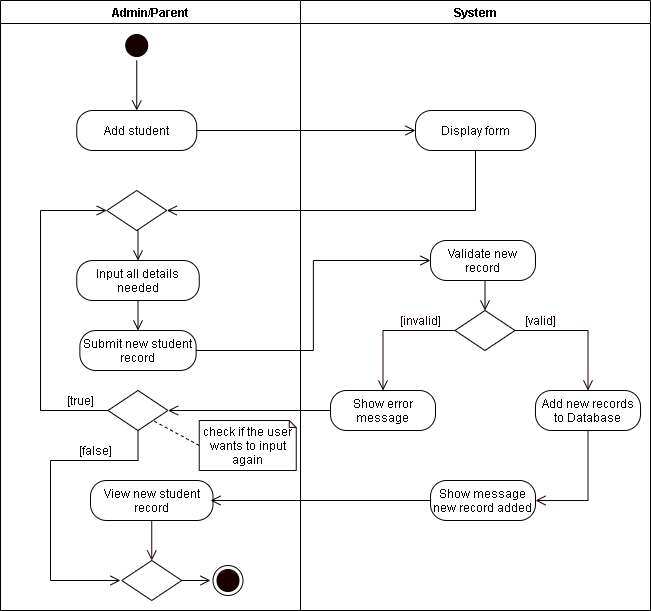
Earlier version of the draw.io export REVISIONS/UML-DIAGRAMS/6-9-2021/ACTIVITY DIAGRAM/1 - Add Student.png (mrklglsn/CAPSTONE-FILES). Source tidied: cells renumbered, new cells last; positions are measured from the earlier drawing's top-left corner, leaving out a move shared by most shapes. Its diagram source:
```xml
<mxGraphModel>
  <root>
    <mxCell id="0" />
    <mxCell id="1" parent="0" />
    <mxCell id="2" value="Admin/Parent" style="swimlane;startSize=23;" parent="1" vertex="1">
      <mxGeometry width="300" height="610" as="geometry" />
    </mxCell>
    <mxCell id="3" style="edgeStyle=orthogonalEdgeStyle;rounded=0;jettySize=auto;html=1;exitX=0.5;exitY=1;exitDx=0;exitDy=0;entryX=0.5;entryY=0;entryDx=0;entryDy=0;endArrow=open;endFill=0;endSize=8;" parent="2" edge="1" source="4">
      <mxGeometry relative="1" as="geometry">
        <mxPoint x="136.2" y="110" as="targetPoint" />
      </mxGeometry>
    </mxCell>
    <mxCell id="4" style="ellipse;html=1;shape=startState;fillColor=#190000;" parent="2" vertex="1">
      <mxGeometry x="121.2" y="30" width="30" height="30" as="geometry" />
    </mxCell>
    <mxCell id="5" value="Add student" style="rounded=1;whiteSpace=wrap;html=1;arcSize=40;" parent="2" vertex="1">
      <mxGeometry x="76.2" y="110" width="120" height="40" as="geometry" />
    </mxCell>
    <mxCell id="6" style="edgeStyle=orthogonalEdgeStyle;rounded=0;jettySize=auto;html=1;exitX=0.5;exitY=1;exitDx=0;exitDy=0;entryX=0.5;entryY=0;entryDx=0;entryDy=0;endArrow=open;endFill=0;endSize=8;" parent="2" edge="1" source="7" target="8">
      <mxGeometry relative="1" as="geometry" />
    </mxCell>
    <mxCell id="7" value="Input all details needed" style="rounded=1;whiteSpace=wrap;html=1;arcSize=40;" parent="2" vertex="1">
      <mxGeometry x="76.2" y="260" width="122.5" height="40" as="geometry" />
    </mxCell>
    <mxCell id="8" value="Submit new student record" style="rounded=1;whiteSpace=wrap;html=1;arcSize=40;" parent="2" vertex="1">
      <mxGeometry x="79.4" y="330" width="116.2" height="40" as="geometry" />
    </mxCell>
    <mxCell id="9" style="edgeStyle=orthogonalEdgeStyle;rounded=0;jettySize=auto;html=1;exitX=0.5;exitY=1;exitDx=0;exitDy=0;entryX=0.5;entryY=0;entryDx=0;entryDy=0;endArrow=open;endFill=0;endSize=8;" parent="2" edge="1" source="10" target="7">
      <mxGeometry relative="1" as="geometry" />
    </mxCell>
    <mxCell id="10" style="rhombus;whiteSpace=wrap;html=1;" parent="2" vertex="1">
      <mxGeometry x="106.2" y="190" width="60" height="40" as="geometry" />
    </mxCell>
    <mxCell id="11" value="View new student record" style="rounded=1;whiteSpace=wrap;html=1;arcSize=40;" parent="2" vertex="1">
      <mxGeometry x="90" y="480" width="122.5" height="40" as="geometry" />
    </mxCell>
    <mxCell id="12" style="ellipse;html=1;shape=endState;fillColor=#190000;" parent="2" vertex="1">
      <mxGeometry x="212.5" y="565" width="30" height="30" as="geometry" />
    </mxCell>
    <mxCell id="13" style="edgeStyle=orthogonalEdgeStyle;rounded=0;jettySize=auto;html=1;exitX=0.5;exitY=1;exitDx=0;exitDy=0;fontColor=#FFFFFF;endArrow=open;endFill=0;endSize=8;strokeColor=#190000;entryX=0.5;entryY=0;entryDx=0;entryDy=0;" parent="2" edge="1" source="11">
      <mxGeometry relative="1" as="geometry">
        <mxPoint x="151.2" y="560" as="targetPoint" />
      </mxGeometry>
    </mxCell>
    <mxCell id="14" style="edgeStyle=orthogonalEdgeStyle;rounded=0;jettySize=auto;html=1;exitX=0;exitY=0.5;exitDx=0;exitDy=0;entryX=0;entryY=0.5;entryDx=0;entryDy=0;endArrow=open;endFill=0;endSize=8;" parent="2" edge="1" source="16" target="10">
      <mxGeometry relative="1" as="geometry">
        <Array as="points">
          <mxPoint x="40" y="410" />
          <mxPoint x="40" y="210" />
        </Array>
      </mxGeometry>
    </mxCell>
    <mxCell id="15" style="edgeStyle=orthogonalEdgeStyle;rounded=0;jettySize=auto;html=1;exitX=0.5;exitY=1;exitDx=0;exitDy=0;endArrow=open;endFill=0;endSize=8;startArrow=none;" parent="2" edge="1" source="16">
      <mxGeometry relative="1" as="geometry">
        <mxPoint x="120" y="580" as="targetPoint" />
        <Array as="points">
          <mxPoint x="138" y="460" />
          <mxPoint x="50" y="460" />
          <mxPoint x="50" y="580" />
        </Array>
      </mxGeometry>
    </mxCell>
    <mxCell id="16" style="rhombus;whiteSpace=wrap;html=1;" parent="2" vertex="1">
      <mxGeometry x="107.5" y="390" width="60" height="40" as="geometry" />
    </mxCell>
    <mxCell id="17" value="[true]" style="text;html=1;align=center;verticalAlign=middle;strokeColor=none;" parent="2" vertex="1">
      <mxGeometry x="60" y="390" width="40" height="20" as="geometry" />
    </mxCell>
    <mxCell id="18" style="rhombus;whiteSpace=wrap;html=1;" parent="2" vertex="1">
      <mxGeometry x="121.2" y="560" width="60" height="40" as="geometry" />
    </mxCell>
    <mxCell id="19" style="rounded=0;jettySize=auto;html=1;exitX=0;exitY=0.5;exitDx=0;exitDy=0;exitPerimeter=0;entryX=1;entryY=1;entryDx=0;entryDy=0;endArrow=none;endFill=0;endSize=8;dashed=1;" parent="2" edge="1" source="20" target="16">
      <mxGeometry relative="1" as="geometry" />
    </mxCell>
    <mxCell id="20" value="check if the user wants to input again" style="shape=note;whiteSpace=wrap;html=1;backgroundOutline=1;darkOpacity=0.05;strokeColor=#190000;size=7;" parent="2" vertex="1">
      <mxGeometry x="198.8" y="420" width="97" height="50" as="geometry" />
    </mxCell>
    <mxCell id="21" value="System" style="swimlane;" parent="1" vertex="1">
      <mxGeometry x="300" width="350" height="610" as="geometry" />
    </mxCell>
    <mxCell id="22" value="Validate new record" style="rounded=1;whiteSpace=wrap;html=1;arcSize=40;" parent="21" vertex="1">
      <mxGeometry x="130" y="240" width="105" height="40" as="geometry" />
    </mxCell>
    <mxCell id="23" style="rhombus;whiteSpace=wrap;html=1;" parent="21" vertex="1">
      <mxGeometry x="154.5" y="310" width="60" height="40" as="geometry" />
    </mxCell>
    <mxCell id="24" style="edgeStyle=orthogonalEdgeStyle;rounded=0;jettySize=auto;html=1;exitX=0.5;exitY=1;exitDx=0;exitDy=0;entryX=0.5;entryY=0;entryDx=0;entryDy=0;endArrow=open;endFill=0;endSize=8;" parent="21" edge="1" source="22" target="23">
      <mxGeometry relative="1" as="geometry" />
    </mxCell>
    <mxCell id="25" value="&lt;font color=&quot;#190000&quot;&gt;[valid]&lt;/font&gt;" style="text;html=1;align=center;verticalAlign=middle;strokeColor=none;fontColor=#FFFFFF;" parent="21" vertex="1">
      <mxGeometry x="214.5" y="310" width="50" height="20" as="geometry" />
    </mxCell>
    <mxCell id="26" value="&lt;font color=&quot;#190000&quot;&gt;[invalid]&lt;/font&gt;" style="text;html=1;align=center;verticalAlign=middle;strokeColor=none;fontColor=#FFFFFF;" parent="21" vertex="1">
      <mxGeometry x="90" y="310" width="60" height="20" as="geometry" />
    </mxCell>
    <mxCell id="27" value="Show error message" style="rounded=1;whiteSpace=wrap;html=1;arcSize=40;" parent="21" vertex="1">
      <mxGeometry x="30" y="390" width="105" height="40" as="geometry" />
    </mxCell>
    <mxCell id="28" style="edgeStyle=orthogonalEdgeStyle;rounded=0;jettySize=auto;html=1;exitX=0.5;exitY=1;exitDx=0;exitDy=0;entryX=1;entryY=0.5;entryDx=0;entryDy=0;fontColor=#FFFFFF;endArrow=open;endFill=0;endSize=8;strokeColor=#190000;" parent="21" edge="1" source="29" target="32">
      <mxGeometry relative="1" as="geometry" />
    </mxCell>
    <mxCell id="29" value="Add new records to Database" style="rounded=1;whiteSpace=wrap;html=1;arcSize=40;" parent="21" vertex="1">
      <mxGeometry x="235" y="390" width="105" height="40" as="geometry" />
    </mxCell>
    <mxCell id="30" style="edgeStyle=orthogonalEdgeStyle;rounded=0;jettySize=auto;html=1;exitX=0;exitY=0.5;exitDx=0;exitDy=0;fontColor=#FFFFFF;endArrow=open;endFill=0;endSize=8;strokeColor=#190000;entryX=0.5;entryY=0;entryDx=0;entryDy=0;" parent="21" edge="1" source="23" target="27">
      <mxGeometry relative="1" as="geometry" />
    </mxCell>
    <mxCell id="31" style="edgeStyle=orthogonalEdgeStyle;rounded=0;jettySize=auto;html=1;exitX=1;exitY=0.5;exitDx=0;exitDy=0;fontColor=#FFFFFF;endArrow=open;endFill=0;endSize=8;strokeColor=#190000;entryX=0.5;entryY=0;entryDx=0;entryDy=0;" parent="21" edge="1" source="23" target="29">
      <mxGeometry relative="1" as="geometry" />
    </mxCell>
    <mxCell id="32" value="Show message new record added" style="rounded=1;whiteSpace=wrap;html=1;arcSize=40;" parent="21" vertex="1">
      <mxGeometry x="130" y="480" width="105" height="40" as="geometry" />
    </mxCell>
    <mxCell id="33" value="Display form" style="rounded=1;whiteSpace=wrap;html=1;arcSize=40;" parent="21" vertex="1">
      <mxGeometry x="115" y="110" width="120" height="40" as="geometry" />
    </mxCell>
    <mxCell id="34" style="edgeStyle=orthogonalEdgeStyle;rounded=0;jettySize=auto;html=1;exitX=1;exitY=0.5;exitDx=0;exitDy=0;endArrow=open;endFill=0;endSize=8;entryX=0;entryY=0.5;entryDx=0;entryDy=0;" parent="1" edge="1" source="5" target="33">
      <mxGeometry relative="1" as="geometry" />
    </mxCell>
    <mxCell id="35" style="edgeStyle=orthogonalEdgeStyle;rounded=0;jettySize=auto;html=1;exitX=0.5;exitY=1;exitDx=0;exitDy=0;endArrow=open;endFill=0;endSize=8;entryX=1;entryY=0.5;entryDx=0;entryDy=0;" parent="1" edge="1" source="33" target="10">
      <mxGeometry relative="1" as="geometry" />
    </mxCell>
    <mxCell id="36" style="edgeStyle=orthogonalEdgeStyle;rounded=0;jettySize=auto;html=1;exitX=1;exitY=0.5;exitDx=0;exitDy=0;entryX=0;entryY=0.5;entryDx=0;entryDy=0;endArrow=open;endFill=0;endSize=8;" parent="1" edge="1" source="8" target="22">
      <mxGeometry relative="1" as="geometry" />
    </mxCell>
    <mxCell id="37" style="edgeStyle=orthogonalEdgeStyle;rounded=0;jettySize=auto;html=1;exitX=0;exitY=0.5;exitDx=0;exitDy=0;endArrow=open;endFill=0;endSize=8;" parent="1" edge="1" source="32">
      <mxGeometry relative="1" as="geometry">
        <mxPoint x="210" y="500" as="targetPoint" />
      </mxGeometry>
    </mxCell>
    <mxCell id="38" style="edgeStyle=orthogonalEdgeStyle;rounded=0;jettySize=auto;html=1;exitX=0;exitY=0.5;exitDx=0;exitDy=0;entryX=1;entryY=0.5;entryDx=0;entryDy=0;endArrow=open;endFill=0;endSize=8;" parent="1" edge="1" source="27" target="16">
      <mxGeometry relative="1" as="geometry" />
    </mxCell>
    <mxCell id="39" value="[false]" style="text;html=1;align=center;verticalAlign=middle;strokeColor=none;" parent="1" vertex="1">
      <mxGeometry x="70" y="440" width="50" height="20" as="geometry" />
    </mxCell>
    <mxCell id="40" style="edgeStyle=orthogonalEdgeStyle;rounded=0;jettySize=auto;html=1;exitX=1;exitY=0.5;exitDx=0;exitDy=0;endArrow=open;endFill=0;endSize=8;" parent="1" edge="1" source="18">
      <mxGeometry relative="1" as="geometry">
        <mxPoint x="210" y="580.1" as="targetPoint" />
      </mxGeometry>
    </mxCell>
  </root>
</mxGraphModel>
```
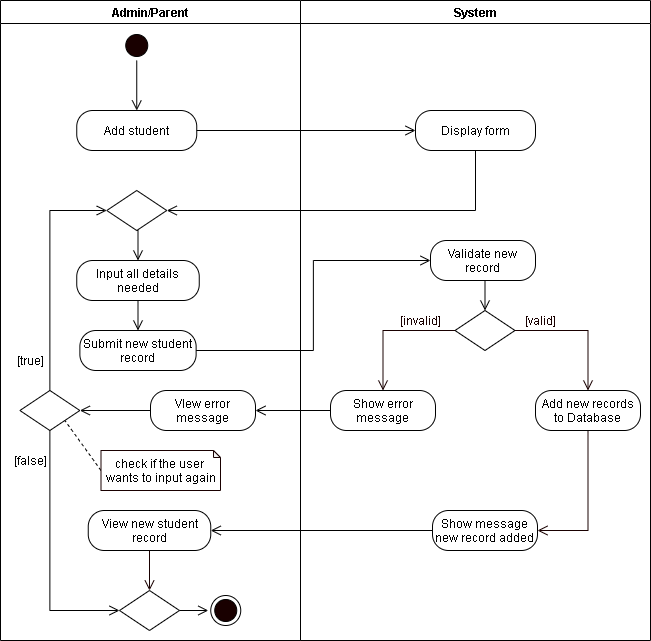
After the change.

What changed in the source:
```diff
@@ -3,7 +3,7 @@
     <mxCell id="0" />
     <mxCell id="1" parent="0" />
     <mxCell id="2" value="Admin/Parent" style="swimlane;startSize=23;" parent="1" vertex="1">
-      <mxGeometry width="300" height="610" as="geometry" />
+      <mxGeometry width="300" height="640" as="geometry" />
     </mxCell>
     <mxCell id="3" style="edgeStyle=orthogonalEdgeStyle;rounded=0;jettySize=auto;html=1;exitX=0.5;exitY=1;exitDx=0;exitDy=0;entryX=0.5;entryY=0;entryDx=0;entryDy=0;endArrow=open;endFill=0;endSize=8;" parent="2" edge="1" source="4">
       <mxGeometry relative="1" as="geometry">
@@ -32,51 +32,48 @@
       <mxGeometry x="106.2" y="190" width="60" height="40" as="geometry" />
     </mxCell>
     <mxCell id="11" value="View new student record" style="rounded=1;whiteSpace=wrap;html=1;arcSize=40;" parent="2" vertex="1">
-      <mxGeometry x="90" y="480" width="122.5" height="40" as="geometry" />
+      <mxGeometry x="87.8" y="510" width="122.5" height="40" as="geometry" />
     </mxCell>
     <mxCell id="12" style="ellipse;html=1;shape=endState;fillColor=#190000;" parent="2" vertex="1">
-      <mxGeometry x="212.5" y="565" width="30" height="30" as="geometry" />
+      <mxGeometry x="210.2" y="595" width="30" height="30" as="geometry" />
     </mxCell>
     <mxCell id="13" style="edgeStyle=orthogonalEdgeStyle;rounded=0;jettySize=auto;html=1;exitX=0.5;exitY=1;exitDx=0;exitDy=0;fontColor=#FFFFFF;endArrow=open;endFill=0;endSize=8;strokeColor=#190000;entryX=0.5;entryY=0;entryDx=0;entryDy=0;" parent="2" edge="1" source="11">
       <mxGeometry relative="1" as="geometry">
-        <mxPoint x="151.2" y="560" as="targetPoint" />
+        <mxPoint x="149" y="590" as="targetPoint" />
       </mxGeometry>
     </mxCell>
-    <mxCell id="14" style="edgeStyle=orthogonalEdgeStyle;rounded=0;jettySize=auto;html=1;exitX=0;exitY=0.5;exitDx=0;exitDy=0;entryX=0;entryY=0.5;entryDx=0;entryDy=0;endArrow=open;endFill=0;endSize=8;" parent="2" edge="1" source="16" target="10">
-      <mxGeometry relative="1" as="geometry">
-        <Array as="points">
-          <mxPoint x="40" y="410" />
-          <mxPoint x="40" y="210" />
-        </Array>
-      </mxGeometry>
+    <mxCell id="14" style="edgeStyle=orthogonalEdgeStyle;rounded=0;jettySize=auto;html=1;exitX=0.5;exitY=0;exitDx=0;exitDy=0;entryX=0;entryY=0.5;entryDx=0;entryDy=0;endArrow=open;endFill=0;endSize=8;" parent="2" edge="1" source="16" target="10">
+      <mxGeometry relative="1" as="geometry" />
     </mxCell>
-    <mxCell id="15" style="edgeStyle=orthogonalEdgeStyle;rounded=0;jettySize=auto;html=1;exitX=0.5;exitY=1;exitDx=0;exitDy=0;endArrow=open;endFill=0;endSize=8;startArrow=none;" parent="2" edge="1" source="16">
-      <mxGeometry relative="1" as="geometry">
-        <mxPoint x="120" y="580" as="targetPoint" />
-        <Array as="points">
-          <mxPoint x="138" y="460" />
-          <mxPoint x="50" y="460" />
-          <mxPoint x="50" y="580" />
-        </Array>
-      </mxGeometry>
-    </mxCell>
+    <mxCell id="41" style="edgeStyle=orthogonalEdgeStyle;rounded=0;jettySize=auto;html=1;exitX=0.5;exitY=1;exitDx=0;exitDy=0;entryX=0;entryY=0.5;entryDx=0;entryDy=0;endArrow=open;endFill=0;endSize=8;" parent="2" edge="1" source="16" target="18">
+      <mxGeometry relative="1" as="geometry" />
+    </mxCell>
     <mxCell id="16" style="rhombus;whiteSpace=wrap;html=1;" parent="2" vertex="1">
-      <mxGeometry x="107.5" y="390" width="60" height="40" as="geometry" />
+      <mxGeometry x="19.4" y="390" width="60" height="40" as="geometry" />
     </mxCell>
     <mxCell id="17" value="[true]" style="text;html=1;align=center;verticalAlign=middle;strokeColor=none;" parent="2" vertex="1">
-      <mxGeometry x="60" y="390" width="40" height="20" as="geometry" />
+      <mxGeometry x="10" y="350" width="40" height="20" as="geometry" />
     </mxCell>
     <mxCell id="18" style="rhombus;whiteSpace=wrap;html=1;" parent="2" vertex="1">
-      <mxGeometry x="121.2" y="560" width="60" height="40" as="geometry" />
+      <mxGeometry x="119" y="590" width="60" height="40" as="geometry" />
     </mxCell>
     <mxCell id="19" style="rounded=0;jettySize=auto;html=1;exitX=0;exitY=0.5;exitDx=0;exitDy=0;exitPerimeter=0;entryX=1;entryY=1;entryDx=0;entryDy=0;endArrow=none;endFill=0;endSize=8;dashed=1;" parent="2" edge="1" source="20" target="16">
       <mxGeometry relative="1" as="geometry" />
     </mxCell>
-    <mxCell id="20" value="check if the user wants to input again" style="shape=note;whiteSpace=wrap;html=1;backgroundOutline=1;darkOpacity=0.05;strokeColor=#190000;size=7;" parent="2" vertex="1">
-      <mxGeometry x="198.8" y="420" width="97" height="50" as="geometry" />
+    <mxCell id="20" value="check if the user &lt;br&gt;wants to input again" style="shape=note;whiteSpace=wrap;html=1;backgroundOutline=1;darkOpacity=0.05;strokeColor=#190000;size=7;" parent="2" vertex="1">
+      <mxGeometry x="100.5" y="450" width="119.5" height="40" as="geometry" />
     </mxCell>
+    <mxCell id="42" style="edgeStyle=orthogonalEdgeStyle;rounded=0;jettySize=auto;html=1;exitX=0;exitY=0.5;exitDx=0;exitDy=0;entryX=1;entryY=0.5;entryDx=0;entryDy=0;endArrow=open;endFill=0;endSize=8;" parent="2" edge="1" source="43" target="16">
+      <mxGeometry relative="1" as="geometry" />
+    </mxCell>
+    <mxCell id="43" value="VIew error message" style="rounded=1;whiteSpace=wrap;html=1;arcSize=40;" parent="2" vertex="1">
+      <mxGeometry x="150" y="390" width="105" height="40" as="geometry" />
+    </mxCell>
+    <mxCell id="39" value="[false]" style="text;html=1;align=center;verticalAlign=middle;strokeColor=none;" parent="2" vertex="1">
+      <mxGeometry x="5" y="450" width="50" height="20" as="geometry" />
+    </mxCell>
     <mxCell id="21" value="System" style="swimlane;" parent="1" vertex="1">
-      <mxGeometry x="300" width="350" height="610" as="geometry" />
+      <mxGeometry x="300" width="350" height="640" as="geometry" />
     </mxCell>
     <mxCell id="22" value="Validate new record" style="rounded=1;whiteSpace=wrap;html=1;arcSize=40;" parent="21" vertex="1">
       <mxGeometry x="130" y="240" width="105" height="40" as="geometry" />
@@ -109,7 +106,7 @@
       <mxGeometry relative="1" as="geometry" />
     </mxCell>
     <mxCell id="32" value="Show message new record added" style="rounded=1;whiteSpace=wrap;html=1;arcSize=40;" parent="21" vertex="1">
-      <mxGeometry x="130" y="480" width="105" height="40" as="geometry" />
+      <mxGeometry x="132" y="510" width="105" height="40" as="geometry" />
     </mxCell>
     <mxCell id="33" value="Display form" style="rounded=1;whiteSpace=wrap;html=1;arcSize=40;" parent="21" vertex="1">
       <mxGeometry x="115" y="110" width="120" height="40" as="geometry" />
@@ -123,21 +120,16 @@
     <mxCell id="36" style="edgeStyle=orthogonalEdgeStyle;rounded=0;jettySize=auto;html=1;exitX=1;exitY=0.5;exitDx=0;exitDy=0;entryX=0;entryY=0.5;entryDx=0;entryDy=0;endArrow=open;endFill=0;endSize=8;" parent="1" edge="1" source="8" target="22">
       <mxGeometry relative="1" as="geometry" />
     </mxCell>
-    <mxCell id="37" style="edgeStyle=orthogonalEdgeStyle;rounded=0;jettySize=auto;html=1;exitX=0;exitY=0.5;exitDx=0;exitDy=0;endArrow=open;endFill=0;endSize=8;" parent="1" edge="1" source="32">
-      <mxGeometry relative="1" as="geometry">
-        <mxPoint x="210" y="500" as="targetPoint" />
-      </mxGeometry>
-    </mxCell>
-    <mxCell id="38" style="edgeStyle=orthogonalEdgeStyle;rounded=0;jettySize=auto;html=1;exitX=0;exitY=0.5;exitDx=0;exitDy=0;entryX=1;entryY=0.5;entryDx=0;entryDy=0;endArrow=open;endFill=0;endSize=8;" parent="1" edge="1" source="27" target="16">
-      <mxGeometry relative="1" as="geometry" />
-    </mxCell>
-    <mxCell id="39" value="[false]" style="text;html=1;align=center;verticalAlign=middle;strokeColor=none;" parent="1" vertex="1">
-      <mxGeometry x="70" y="440" width="50" height="20" as="geometry" />
-    </mxCell>
     <mxCell id="40" style="edgeStyle=orthogonalEdgeStyle;rounded=0;jettySize=auto;html=1;exitX=1;exitY=0.5;exitDx=0;exitDy=0;endArrow=open;endFill=0;endSize=8;" parent="1" edge="1" source="18">
       <mxGeometry relative="1" as="geometry">
-        <mxPoint x="210" y="580.1" as="targetPoint" />
+        <mxPoint x="207.8" y="610.1" as="targetPoint" />
       </mxGeometry>
     </mxCell>
+    <mxCell id="44" style="edgeStyle=orthogonalEdgeStyle;rounded=0;jettySize=auto;html=1;exitX=0;exitY=0.5;exitDx=0;exitDy=0;entryX=1;entryY=0.5;entryDx=0;entryDy=0;endArrow=open;endFill=0;endSize=8;" parent="1" edge="1" source="27" target="43">
+      <mxGeometry relative="1" as="geometry" />
+    </mxCell>
+    <mxCell id="45" style="edgeStyle=orthogonalEdgeStyle;rounded=0;jettySize=auto;html=1;exitX=0;exitY=0.5;exitDx=0;exitDy=0;endArrow=open;endFill=0;endSize=8;" parent="1" edge="1" source="32" target="11">
+      <mxGeometry relative="1" as="geometry" />
+    </mxCell>
   </root>
 </mxGraphModel>
```
